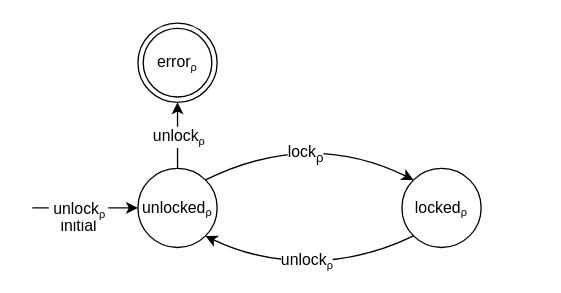
This is algorithm/figures/double-unlock.drawio from andersfischernielsen/Finding-Resource-Manipulation-Bugs-with-Monitor-Automata-on-the-Example-of-the-Linux-Kernel, a draw.io file, before an edit. Source tidied: cells renumbered, new cells numbered last; positions are measured from the earlier drawing's top-left corner, leaving out a move shared by most shapes. Both pictures are drawn from the tidied source at 132%, with x=0, y=0 at pixel (32, 22).
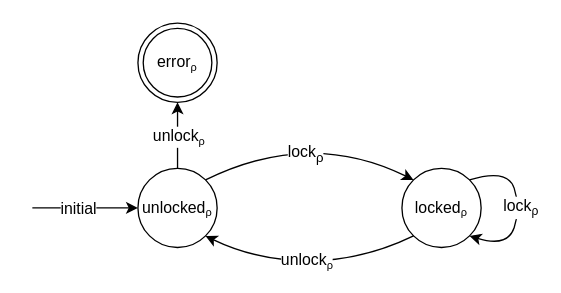
Above is the later version.

Unchanged cells that the change refers to:
```xml
<mxCell id="3" style="endArrow=classic;html=1;entryX=0;entryY=0.5;entryDx=0;entryDy=0;" parent="1" edge="1" target="2">
  <mxGeometry relative="1" as="geometry">
    <mxPoint y="140" as="sourcePoint" />
  </mxGeometry>
</mxCell>
<mxCell id="8" value="locked&lt;span style=&quot;font-size: 10px&quot;&gt;&lt;sub&gt;ρ&lt;/sub&gt;&lt;/span&gt;" style="ellipse;whiteSpace=wrap;html=1;" parent="1" vertex="1">
  <mxGeometry x="280" y="110" width="60" height="60" as="geometry" />
</mxCell>
```

Change to the diagram source:
```diff
@@
-    <mxCell id="4" value="&lt;span&gt;initial&lt;/span&gt;" style="text;html=1;align=center;verticalAlign=top;labelBackgroundColor=#ffffff;fontStyle=0;" parent="3" vertex="1">
-      <mxGeometry x="-0.15" relative="1" as="geometry" />
-    </mxCell>
-    <mxCell id="5" value="&amp;nbsp;unlock&lt;span style=&quot;font-size: 10px&quot;&gt;&lt;sub&gt;ρ&amp;nbsp;&lt;/sub&gt;&lt;/span&gt;" style="text;html=1;align=center;verticalAlign=middle;labelBackgroundColor=#ffffff;" parent="3" vertex="1">
+    <mxCell id="5" value="initial" style="text;html=1;align=center;verticalAlign=middle;labelBackgroundColor=#ffffff;" parent="3" vertex="1">
       <mxGeometry x="-0.16" relative="1" as="geometry" />
     </mxCell>
@@
+    <mxCell id="14" value="&lt;span style=&quot;font-size: 12px&quot;&gt;lock&lt;/span&gt;&lt;sub&gt;ρ&lt;/sub&gt;" style="orthogonalLoop=1;jettySize=auto;html=1;exitX=1;exitY=0;exitDx=0;exitDy=0;entryX=1;entryY=1;entryDx=0;entryDy=0;curved=1;" parent="1" edge="1" source="8" target="8">
+      <mxGeometry relative="1" as="geometry">
+        <Array as="points">
+          <mxPoint x="360" y="110" />
+          <mxPoint x="370" y="140" />
+          <mxPoint x="360" y="170" />
+        </Array>
+      </mxGeometry>
+    </mxCell>
```
